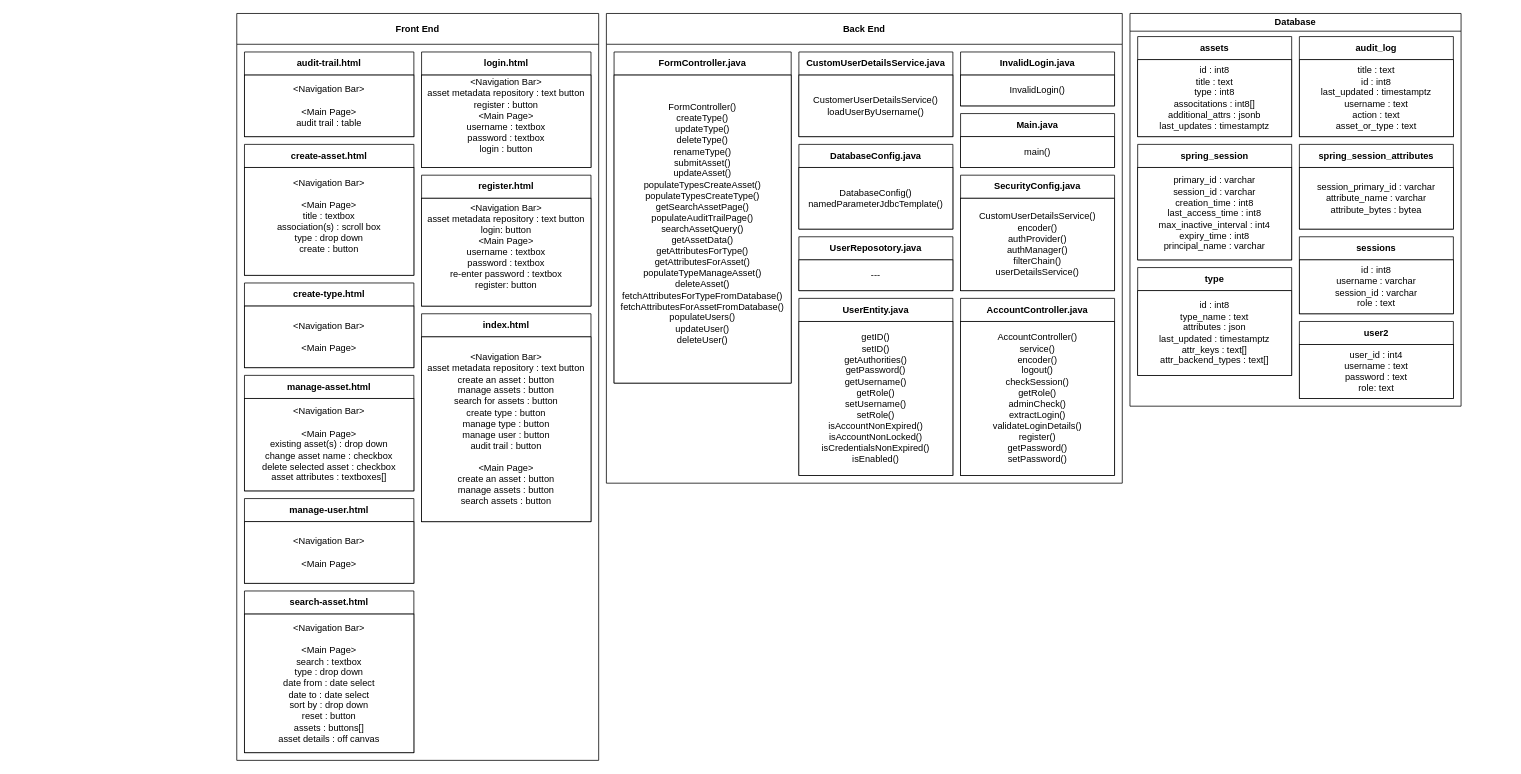
CharlotteKHL/Asset-Manager-Web-Application keeps this draw.io diagram as Documents/UML_Package_Diagram.drawio. Above is the earlier version. Source tidied: cells renumbered, new cells numbered last; positions are measured from the earlier drawing's top-left corner, leaving out a move shared by most shapes. Both pictures are drawn from the tidied source at 77%, with x=0, y=0 at pixel (236, 13).
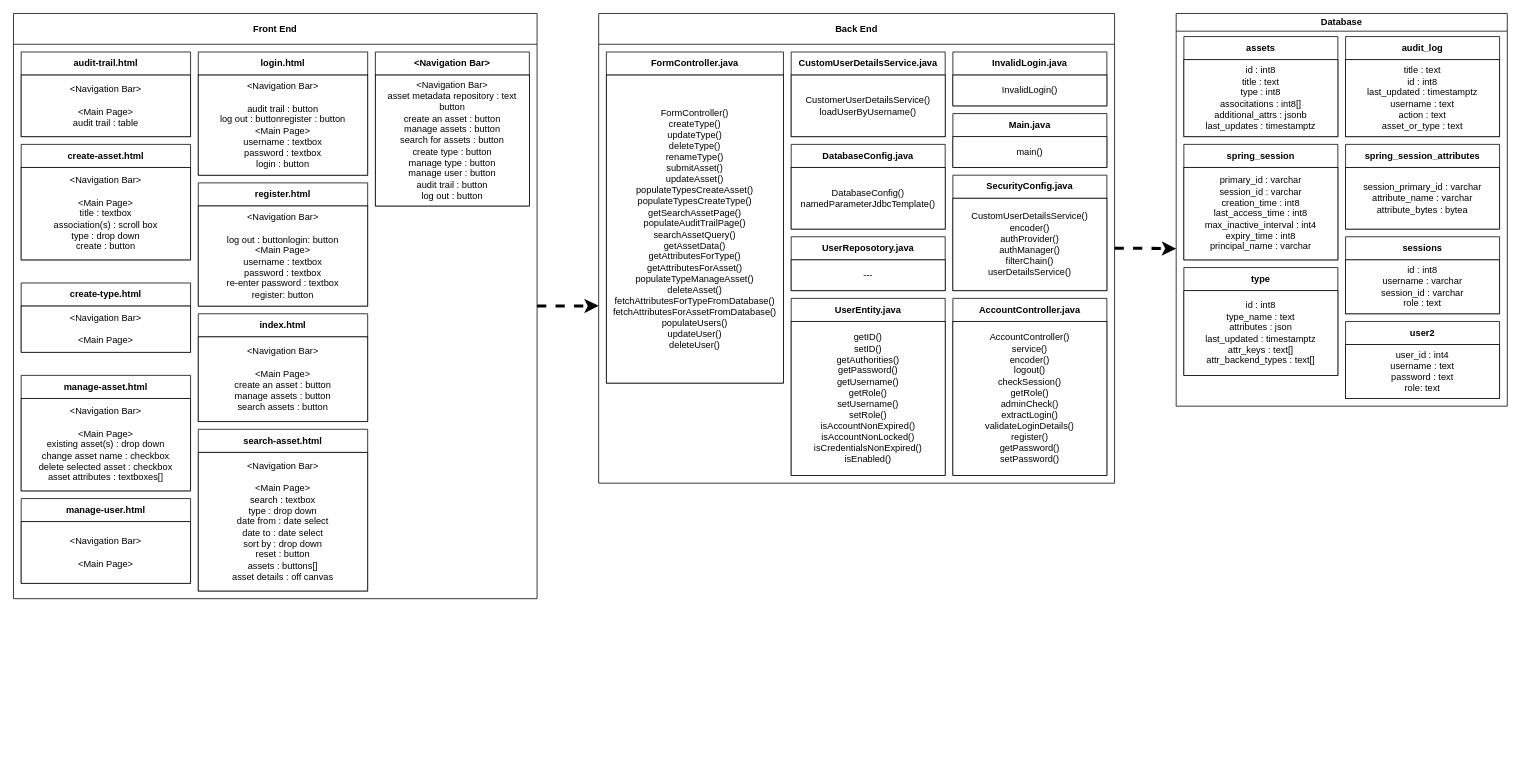
After the change.

Commit message:
finished uml package diagram

The change refers to these unchanged cells:
```xml
<mxCell id="19" value="FormController.java" style="swimlane;whiteSpace=wrap;html=1;startSize=30;" parent="2" vertex="1">
  <mxGeometry x="10" y="50" width="230" height="430" as="geometry" />
</mxCell>
```

What changed in the source:
```diff
@@
+    <mxCell id="55" style="edgeStyle=orthogonalEdgeStyle;rounded=0;jettySize=auto;html=1;exitX=1;exitY=0.5;exitDx=0;exitDy=0;dashed=1;strokeWidth=4;" parent="1" edge="1" source="2">
+      <mxGeometry relative="1" as="geometry">
+        <mxPoint x="1220" y="305.4" as="targetPoint" />
+      </mxGeometry>
+    </mxCell>
     <mxCell id="2" value="Back End" style="swimlane;whiteSpace=wrap;html=1;startSize=40;" parent="1" vertex="1">
-      <mxGeometry x="480" width="670" height="610" as="geometry" />
+      <mxGeometry x="470" width="670" height="610" as="geometry" />
     </mxCell>
@@
-    <mxCell id="20" value="FormController()&lt;br&gt;createType()&lt;br&gt;updateType()&lt;br&gt;deleteType()&lt;br&gt;renameType()&lt;br&gt;submitAsset()&lt;br&gt;updateAsset()&lt;br&gt;populateTypesCreateAsset()&lt;br&gt;populateTypesCreateType()&lt;br&gt;getSearchAssetPage()&lt;br&gt;populateAuditTrailPage()&lt;br&gt;searchAssetQuery()&lt;br&gt;getAssetData()&lt;br&gt;getAttributesForType()&lt;br&gt;getAttributesForAsset()&lt;br&gt;populateTypeManageAsset()&lt;br&gt;deleteAsset()&lt;br&gt;fetchAttributesForTypeFromDatabase()&lt;br&gt;fetchAttributesForAssetFromDatabase()&lt;br&gt;populateUsers()&lt;br&gt;updateUser()&lt;br&gt;deleteUser()&lt;div&gt;&lt;br/&gt;&lt;/div&gt;" style="whiteSpace=wrap;html=1;" parent="19" vertex="1">
+    <mxCell id="20" value="FormController()&lt;br&gt;createType()&lt;br&gt;updateType()&lt;br&gt;deleteType()&lt;br&gt;renameType()&lt;br&gt;submitAsset()&lt;br&gt;updateAsset()&lt;br&gt;populateTypesCreateAsset()&lt;br&gt;populateTypesCreateType()&lt;br&gt;getSearchAssetPage()&lt;br&gt;populateAuditTrailPage()&lt;br&gt;searchAssetQuery()&lt;br&gt;getAssetData()&lt;br&gt;getAttributesForType()&lt;br&gt;getAttributesForAsset()&lt;br&gt;populateTypeManageAsset()&lt;br&gt;deleteAsset()&lt;br&gt;fetchAttributesForTypeFromDatabase()&lt;br&gt;fetchAttributesForAssetFromDatabase()&lt;br&gt;populateUsers()&lt;br&gt;updateUser()&lt;br&gt;deleteUser()" style="whiteSpace=wrap;html=1;" parent="19" vertex="1">
       <mxGeometry y="30" width="230" height="400" as="geometry" />
     </mxCell>
+    <mxCell id="56" style="edgeStyle=orthogonalEdgeStyle;rounded=0;jettySize=auto;html=1;exitX=1;exitY=0.5;exitDx=0;exitDy=0;dashed=1;strokeWidth=4;" parent="1" edge="1" source="21">
+      <mxGeometry relative="1" as="geometry">
+        <mxPoint x="470" y="379.7" as="targetPoint" />
+      </mxGeometry>
+    </mxCell>
     <mxCell id="21" value="Front End" style="swimlane;whiteSpace=wrap;html=1;startSize=40;" parent="1" vertex="1">
-      <mxGeometry width="470" height="970" as="geometry" />
+      <mxGeometry x="-290" width="680" height="760" as="geometry" />
     </mxCell>
     <mxCell id="22" value="index.html" style="swimlane;whiteSpace=wrap;html=1;startSize=30;" parent="21" vertex="1">
-      <mxGeometry x="240" y="390" width="220" height="270" as="geometry" />
+      <mxGeometry x="240" y="390" width="220" height="140" as="geometry" />
     </mxCell>
-    <mxCell id="23" value="&lt;span style=&quot;color: rgb(0, 0, 0); font-family: Helvetica; font-size: 12px; font-style: normal; font-variant-ligatures: normal; font-variant-caps: normal; font-weight: 400; letter-spacing: normal; orphans: 2; text-align: center; text-indent: 0px; text-transform: none; widows: 2; word-spacing: 0px; -webkit-text-stroke-width: 0px; background-color: rgb(255, 255, 255); text-decoration-thickness: initial; text-decoration-style: initial; text-decoration-color: initial; float: none; display: inline !important;&quot;&gt;&amp;lt;Navigation Bar&amp;gt;&lt;br&gt;asset metadata repository : text button&lt;/span&gt;&lt;div&gt;create an asset : button&lt;/div&gt;&lt;div&gt;manage assets : button&lt;/div&gt;&lt;div&gt;&lt;span style=&quot;background-color: initial;&quot;&gt;search for assets : button&lt;/span&gt;&lt;br&gt;&lt;/div&gt;&lt;div&gt;&lt;span style=&quot;background-color: initial;&quot;&gt;create type : button&lt;/span&gt;&lt;/div&gt;&lt;div&gt;&lt;span style=&quot;background-color: initial;&quot;&gt;manage type : button&lt;/span&gt;&lt;/div&gt;&lt;div&gt;&lt;span style=&quot;background-color: initial;&quot;&gt;manage user : button&lt;/span&gt;&lt;/div&gt;&lt;div&gt;&lt;span style=&quot;background-color: initial;&quot;&gt;audit trail : button&lt;/span&gt;&lt;/div&gt;&lt;div&gt;&lt;br&gt;&lt;/div&gt;&lt;div&gt;&amp;lt;Main Page&amp;gt;&lt;/div&gt;&lt;div&gt;create an asset : button&lt;/div&gt;&lt;div&gt;manage assets : button&lt;/div&gt;&lt;div&gt;search assets : button&lt;/div&gt;" style="whiteSpace=wrap;html=1;" parent="22" vertex="1">
-      <mxGeometry y="30" width="220" height="240" as="geometry" />
+    <mxCell id="23" value="&lt;span style=&quot;color: rgb(0, 0, 0); font-family: Helvetica; font-size: 12px; font-style: normal; font-variant-ligatures: normal; font-variant-caps: normal; font-weight: 400; letter-spacing: normal; orphans: 2; text-align: center; text-indent: 0px; text-transform: none; widows: 2; word-spacing: 0px; -webkit-text-stroke-width: 0px; background-color: rgb(255, 255, 255); text-decoration-thickness: initial; text-decoration-style: initial; text-decoration-color: initial; float: none; display: inline !important;&quot;&gt;&amp;lt;Navigation Bar&amp;gt;&lt;br&gt;&lt;/span&gt;&lt;div&gt;&lt;br&gt;&lt;/div&gt;&lt;div&gt;&amp;lt;Main Page&amp;gt;&lt;/div&gt;&lt;div&gt;create an asset : button&lt;/div&gt;&lt;div&gt;manage assets : button&lt;/div&gt;&lt;div&gt;search assets : button&lt;/div&gt;" style="whiteSpace=wrap;html=1;" parent="22" vertex="1">
+      <mxGeometry y="30" width="220" height="110" as="geometry" />
     </mxCell>
     <mxCell id="24" value="login.html" style="swimlane;whiteSpace=wrap;html=1;startSize=30;" parent="21" vertex="1">
-      <mxGeometry x="240" y="50" width="220" height="150" as="geometry" />
+      <mxGeometry x="240" y="50" width="220" height="160" as="geometry" />
     </mxCell>
-    <mxCell id="25" value="&amp;lt;Navigation Bar&amp;gt;&lt;br&gt;asset metadata repository : text button&lt;br&gt;register : button&lt;br&gt;&amp;lt;Main Page&amp;gt;&lt;br&gt;username : textbox&lt;br&gt;password : textbox&lt;br&gt;login : button&lt;br&gt;&lt;div&gt;&lt;br&gt;&lt;/div&gt;" style="whiteSpace=wrap;html=1;" parent="24" vertex="1">
-      <mxGeometry y="30" width="220" height="120" as="geometry" />
+    <mxCell id="25" value="&amp;lt;Navigation Bar&amp;gt;&lt;br&gt;&lt;br&gt;&lt;div style=&quot;border-color: var(--border-color);&quot;&gt;audit trail : button&lt;/div&gt;&lt;span style=&quot;background-color: initial;&quot;&gt;log out : button&lt;/span&gt;register : button&lt;br&gt;&amp;lt;Main Page&amp;gt;&lt;br&gt;username : textbox&lt;br&gt;password : textbox&lt;br&gt;login : button" style="whiteSpace=wrap;html=1;" parent="24" vertex="1">
+      <mxGeometry y="30" width="220" height="130" as="geometry" />
     </mxCell>
     <mxCell id="26" value="register.html" style="swimlane;whiteSpace=wrap;html=1;startSize=30;" parent="21" vertex="1">
-      <mxGeometry x="240" y="210" width="220" height="170" as="geometry" />
+      <mxGeometry x="240" y="220" width="220" height="160" as="geometry" />
     </mxCell>
-    <mxCell id="27" value="&amp;lt;Navigation Bar&amp;gt;&lt;br&gt;asset metadata repository : text button&lt;br style=&quot;border-color: var(--border-color);&quot;&gt;login: button&lt;br&gt;&amp;lt;Main Page&amp;gt;&lt;br style=&quot;border-color: var(--border-color);&quot;&gt;username : textbox&lt;br style=&quot;border-color: var(--border-color);&quot;&gt;password : textbox&lt;br&gt;re-enter password : textbox&lt;br style=&quot;border-color: var(--border-color);&quot;&gt;register: button&lt;br style=&quot;border-color: var(--border-color);&quot;&gt;&lt;div style=&quot;border-color: var(--border-color);&quot;&gt;&lt;br style=&quot;border-color: var(--border-color);&quot;&gt;&lt;/div&gt;" style="whiteSpace=wrap;html=1;" parent="26" vertex="1">
-      <mxGeometry y="30" width="220" height="140" as="geometry" />
+    <mxCell id="27" value="&amp;lt;Navigation Bar&amp;gt;&lt;br&gt;&lt;br&gt;log out : buttonlogin: button&lt;br&gt;&amp;lt;Main Page&amp;gt;&lt;br style=&quot;border-color: var(--border-color);&quot;&gt;username : textbox&lt;br style=&quot;border-color: var(--border-color);&quot;&gt;password : textbox&lt;br&gt;re-enter password : textbox&lt;br style=&quot;border-color: var(--border-color);&quot;&gt;register: button" style="whiteSpace=wrap;html=1;" parent="26" vertex="1">
+      <mxGeometry y="30" width="220" height="130" as="geometry" />
     </mxCell>
@@
     <mxCell id="30" value="create-asset.html" style="swimlane;whiteSpace=wrap;html=1;startSize=30;" parent="21" vertex="1">
-      <mxGeometry x="10" y="170" width="220" height="170" as="geometry" />
+      <mxGeometry x="10" y="170" width="220" height="150" as="geometry" />
     </mxCell>
-    <mxCell id="31" value="&amp;lt;Navigation Bar&amp;gt;&lt;br style=&quot;border-color: var(--border-color);&quot;&gt;&lt;br style=&quot;border-color: var(--border-color);&quot;&gt;&amp;lt;Main Page&amp;gt;&lt;br&gt;title : textbox&lt;br&gt;association(s) : scroll box&lt;br&gt;type : drop down&lt;br&gt;create : button&lt;div&gt;&lt;br/&gt;&lt;/div&gt;" style="whiteSpace=wrap;html=1;" parent="30" vertex="1">
-      <mxGeometry y="30" width="220" height="140" as="geometry" />
+    <mxCell id="31" value="&amp;lt;Navigation Bar&amp;gt;&lt;br style=&quot;border-color: var(--border-color);&quot;&gt;&lt;br style=&quot;border-color: var(--border-color);&quot;&gt;&amp;lt;Main Page&amp;gt;&lt;br&gt;title : textbox&lt;br&gt;association(s) : scroll box&lt;br&gt;type : drop down&lt;br&gt;create : button" style="whiteSpace=wrap;html=1;" parent="30" vertex="1">
+      <mxGeometry y="30" width="220" height="120" as="geometry" />
     </mxCell>
     <mxCell id="32" value="create-type.html" style="swimlane;whiteSpace=wrap;html=1;startSize=30;" parent="21" vertex="1">
-      <mxGeometry x="10" y="350" width="220" height="110" as="geometry" />
+      <mxGeometry x="10" y="350" width="220" height="90" as="geometry" />
     </mxCell>
     <mxCell id="33" value="&amp;lt;Navigation Bar&amp;gt;&lt;br style=&quot;border-color: var(--border-color);&quot;&gt;&lt;br style=&quot;border-color: var(--border-color);&quot;&gt;&amp;lt;Main Page&amp;gt;" style="whiteSpace=wrap;html=1;" parent="32" vertex="1">
-      <mxGeometry y="30" width="220" height="80" as="geometry" />
+      <mxGeometry y="30" width="220" height="60" as="geometry" />
     </mxCell>
@@
     <mxCell id="38" value="search-asset.html" style="swimlane;whiteSpace=wrap;html=1;startSize=30;" parent="21" vertex="1">
-      <mxGeometry x="10" y="750" width="220" height="210" as="geometry" />
+      <mxGeometry x="240" y="540" width="220" height="210" as="geometry" />
     </mxCell>
@@
+    <mxCell id="57" value="&amp;lt;Navigation Bar&amp;gt;" style="swimlane;whiteSpace=wrap;html=1;startSize=30;" parent="21" vertex="1">
+      <mxGeometry x="470" y="50" width="200" height="200" as="geometry" />
+    </mxCell>
+    <mxCell id="58" value="&amp;lt;Navigation Bar&amp;gt;&lt;br style=&quot;border-color: var(--border-color);&quot;&gt;asset metadata repository : text button&lt;div style=&quot;border-color: var(--border-color);&quot;&gt;create an asset : button&lt;/div&gt;&lt;div style=&quot;border-color: var(--border-color);&quot;&gt;manage assets : button&lt;/div&gt;&lt;div style=&quot;border-color: var(--border-color);&quot;&gt;&lt;span style=&quot;border-color: var(--border-color); background-color: initial;&quot;&gt;search for assets : button&lt;/span&gt;&lt;br style=&quot;border-color: var(--border-color);&quot;&gt;&lt;/div&gt;&lt;div style=&quot;border-color: var(--border-color);&quot;&gt;&lt;span style=&quot;border-color: var(--border-color); background-color: initial;&quot;&gt;create type : button&lt;/span&gt;&lt;/div&gt;&lt;div style=&quot;border-color: var(--border-color);&quot;&gt;&lt;span style=&quot;border-color: var(--border-color); background-color: initial;&quot;&gt;manage type : button&lt;/span&gt;&lt;/div&gt;&lt;div style=&quot;border-color: var(--border-color);&quot;&gt;&lt;span style=&quot;border-color: var(--border-color); background-color: initial;&quot;&gt;manage user : button&lt;/span&gt;&lt;/div&gt;&lt;div style=&quot;border-color: var(--border-color);&quot;&gt;&lt;span style=&quot;border-color: var(--border-color); background-color: initial;&quot;&gt;audit trail : button&lt;/span&gt;&lt;/div&gt;&lt;div style=&quot;border-color: var(--border-color);&quot;&gt;&lt;span style=&quot;border-color: var(--border-color); background-color: initial;&quot;&gt;log out : button&lt;/span&gt;&lt;/div&gt;" style="whiteSpace=wrap;html=1;" parent="57" vertex="1">
+      <mxGeometry y="30" width="200" height="170" as="geometry" />
+    </mxCell>
     <mxCell id="40" value="Database" style="swimlane;whiteSpace=wrap;html=1;" parent="1" vertex="1">
-      <mxGeometry x="1160" width="430" height="510" as="geometry" />
+      <mxGeometry x="1220" width="430" height="510" as="geometry" />
     </mxCell>
```
